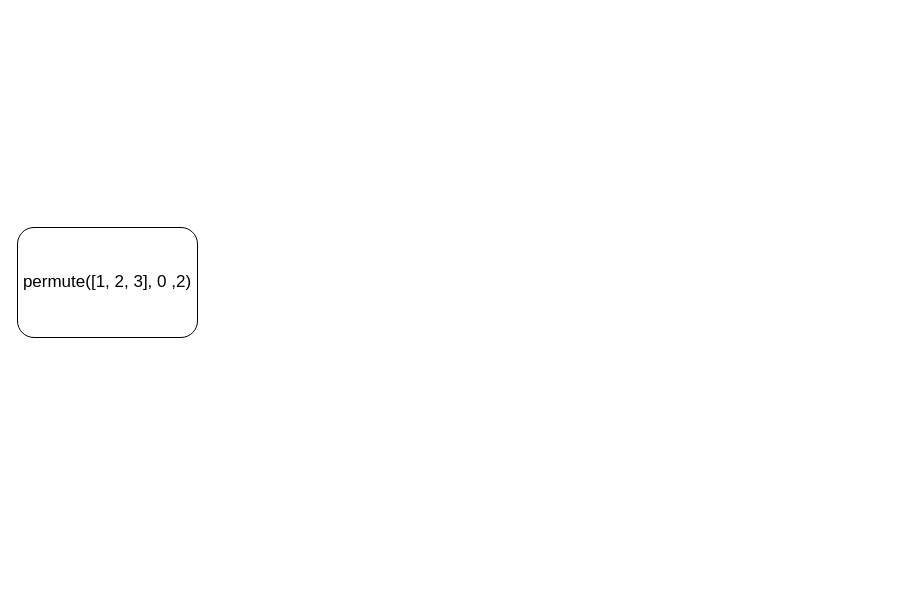
pasca15/Random keeps this draw.io diagram as Recursion.drawio. Above is the earlier version. Source tidied: cells renumbered, new cells numbered last; positions are measured from the earlier drawing's top-left corner, leaving out a move shared by most shapes. Both pictures are drawn from the tidied source at 100%, with x=0, y=0 at pixel (17, 227).
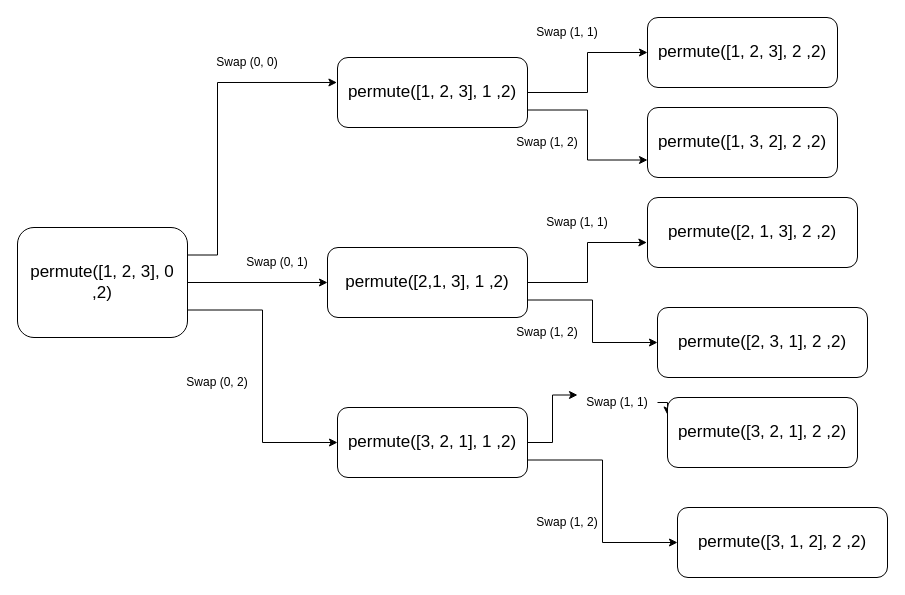
After the change.

What changed in the source:
```diff
@@
+    <mxCell id="3" style="edgeStyle=orthogonalEdgeStyle;rounded=0;jettySize=auto;html=1;exitX=1;exitY=0.5;exitDx=0;exitDy=0;entryX=0;entryY=0.5;entryDx=0;entryDy=0;" parent="1" edge="1" source="2" target="9">
+      <mxGeometry relative="1" as="geometry" />
+    </mxCell>
+    <mxCell id="4" style="edgeStyle=orthogonalEdgeStyle;rounded=0;jettySize=auto;html=1;exitX=1;exitY=0.75;exitDx=0;exitDy=0;entryX=0;entryY=0.5;entryDx=0;entryDy=0;" parent="1" edge="1" source="2" target="12">
+      <mxGeometry relative="1" as="geometry" />
+    </mxCell>
     <mxCell id="2" value="&lt;font style=&quot;font-size: 17px;&quot;&gt;permute([1, 2, 3], 0 ,2)&lt;/font&gt;" style="rounded=1;whiteSpace=wrap;html=1;" parent="1" vertex="1">
-      <mxGeometry width="180" height="110" as="geometry" />
+      <mxGeometry width="170" height="110" as="geometry" />
     </mxCell>
+    <mxCell id="5" style="edgeStyle=orthogonalEdgeStyle;rounded=0;jettySize=auto;html=1;exitX=1;exitY=0.5;exitDx=0;exitDy=0;entryX=0;entryY=0.5;entryDx=0;entryDy=0;fontSize=17;" parent="1" edge="1" source="7" target="13">
+      <mxGeometry relative="1" as="geometry" />
+    </mxCell>
+    <mxCell id="6" style="edgeStyle=orthogonalEdgeStyle;rounded=0;jettySize=auto;html=1;exitX=1;exitY=0.75;exitDx=0;exitDy=0;entryX=0;entryY=0.75;entryDx=0;entryDy=0;fontSize=17;" parent="1" edge="1" source="7" target="14">
+      <mxGeometry relative="1" as="geometry" />
+    </mxCell>
+    <mxCell id="7" value="permute([1, 2, 3], 1 ,2)" style="rounded=1;whiteSpace=wrap;html=1;fontSize=17;" parent="1" vertex="1">
+      <mxGeometry x="320" y="-170" width="190" height="70" as="geometry" />
+    </mxCell>
+    <mxCell id="8" style="edgeStyle=orthogonalEdgeStyle;rounded=0;jettySize=auto;html=1;exitX=1;exitY=0.75;exitDx=0;exitDy=0;entryX=0;entryY=0.5;entryDx=0;entryDy=0;fontSize=17;" parent="1" edge="1" source="9" target="16">
+      <mxGeometry relative="1" as="geometry" />
+    </mxCell>
+    <mxCell id="9" value="permute([2,1, 3], 1 ,2)" style="rounded=1;whiteSpace=wrap;html=1;fontSize=17;" parent="1" vertex="1">
+      <mxGeometry x="310" y="20" width="200" height="70" as="geometry" />
+    </mxCell>
+    <mxCell id="10" style="edgeStyle=orthogonalEdgeStyle;rounded=0;jettySize=auto;html=1;exitX=1;exitY=0.5;exitDx=0;exitDy=0;entryX=0;entryY=0.25;entryDx=0;entryDy=0;fontSize=17;" parent="1" edge="1" source="30" target="17">
+      <mxGeometry relative="1" as="geometry" />
+    </mxCell>
+    <mxCell id="11" style="edgeStyle=orthogonalEdgeStyle;rounded=0;jettySize=auto;html=1;exitX=1;exitY=0.75;exitDx=0;exitDy=0;entryX=0;entryY=0.5;entryDx=0;entryDy=0;fontSize=17;" parent="1" edge="1" source="12" target="18">
+      <mxGeometry relative="1" as="geometry" />
+    </mxCell>
+    <mxCell id="12" value="permute([3, 2, 1], 1 ,2)" style="rounded=1;whiteSpace=wrap;html=1;fontSize=17;" parent="1" vertex="1">
+      <mxGeometry x="320" y="180" width="190" height="70" as="geometry" />
+    </mxCell>
+    <mxCell id="13" value="permute([1, 2, 3], 2 ,2)" style="rounded=1;whiteSpace=wrap;html=1;fontSize=17;" parent="1" vertex="1">
+      <mxGeometry x="630" y="-210" width="190" height="70" as="geometry" />
+    </mxCell>
+    <mxCell id="14" value="permute([1, 3, 2], 2 ,2)" style="rounded=1;whiteSpace=wrap;html=1;fontSize=17;" parent="1" vertex="1">
+      <mxGeometry x="630" y="-120" width="190" height="70" as="geometry" />
+    </mxCell>
+    <mxCell id="15" value="permute([2, 1, 3], 2 ,2)" style="rounded=1;whiteSpace=wrap;html=1;fontSize=17;" parent="1" vertex="1">
+      <mxGeometry x="630" y="-30" width="210" height="70" as="geometry" />
+    </mxCell>
+    <mxCell id="16" value="permute([2, 3, 1], 2 ,2)" style="rounded=1;whiteSpace=wrap;html=1;fontSize=17;" parent="1" vertex="1">
+      <mxGeometry x="640" y="80" width="210" height="70" as="geometry" />
+    </mxCell>
+    <mxCell id="17" value="permute([3, 2, 1], 2 ,2)" style="rounded=1;whiteSpace=wrap;html=1;fontSize=17;" parent="1" vertex="1">
+      <mxGeometry x="650" y="170" width="190" height="70" as="geometry" />
+    </mxCell>
+    <mxCell id="18" value="permute([3, 1, 2], 2 ,2)" style="rounded=1;whiteSpace=wrap;html=1;fontSize=17;" parent="1" vertex="1">
+      <mxGeometry x="660" y="280" width="210" height="70" as="geometry" />
+    </mxCell>
+    <mxCell id="19" style="edgeStyle=orthogonalEdgeStyle;rounded=0;jettySize=auto;html=1;entryX=-0.003;entryY=0.357;entryDx=0;entryDy=0;entryPerimeter=0;exitX=1;exitY=0.25;exitDx=0;exitDy=0;" parent="1" edge="1" source="2" target="7">
+      <mxGeometry relative="1" as="geometry">
+        <Array as="points">
+          <mxPoint x="200" y="28" />
+          <mxPoint x="200" y="-145" />
+        </Array>
+      </mxGeometry>
+    </mxCell>
+    <mxCell id="20" style="edgeStyle=orthogonalEdgeStyle;rounded=0;jettySize=auto;html=1;exitX=1;exitY=0.5;exitDx=0;exitDy=0;entryX=-0.003;entryY=0.643;entryDx=0;entryDy=0;entryPerimeter=0;fontSize=17;" parent="1" edge="1" source="9" target="15">
+      <mxGeometry relative="1" as="geometry" />
+    </mxCell>
+    <mxCell id="21" value="Swap (0, 1)" style="text;strokeColor=none;align=center;fillColor=none;html=1;verticalAlign=middle;whiteSpace=wrap;rounded=0;" parent="1" vertex="1">
+      <mxGeometry x="220" y="20" width="80" height="30" as="geometry" />
+    </mxCell>
+    <mxCell id="22" value="Swap (1, 1)" style="text;strokeColor=none;align=center;fillColor=none;html=1;verticalAlign=middle;whiteSpace=wrap;rounded=0;" parent="1" vertex="1">
+      <mxGeometry x="520" y="-20" width="80" height="30" as="geometry" />
+    </mxCell>
+    <mxCell id="23" value="Swap (1, 2)" style="text;strokeColor=none;align=center;fillColor=none;html=1;verticalAlign=middle;whiteSpace=wrap;rounded=0;" parent="1" vertex="1">
+      <mxGeometry x="490" y="90" width="80" height="30" as="geometry" />
+    </mxCell>
+    <mxCell id="24" value="Swap (0, 2)" style="text;strokeColor=none;align=center;fillColor=none;html=1;verticalAlign=middle;whiteSpace=wrap;rounded=0;" parent="1" vertex="1">
+      <mxGeometry x="160" y="140" width="80" height="30" as="geometry" />
+    </mxCell>
+    <mxCell id="25" value="Swap (0, 0)" style="text;strokeColor=none;align=center;fillColor=none;html=1;verticalAlign=middle;whiteSpace=wrap;rounded=0;" parent="1" vertex="1">
+      <mxGeometry x="190" y="-180" width="80" height="30" as="geometry" />
+    </mxCell>
+    <mxCell id="26" value="Swap (1, 2)" style="text;strokeColor=none;align=center;fillColor=none;html=1;verticalAlign=middle;whiteSpace=wrap;rounded=0;" parent="1" vertex="1">
+      <mxGeometry x="510" y="280" width="80" height="30" as="geometry" />
+    </mxCell>
+    <mxCell id="27" value="Swap (1, 1)" style="text;strokeColor=none;align=center;fillColor=none;html=1;verticalAlign=middle;whiteSpace=wrap;rounded=0;" parent="1" vertex="1">
+      <mxGeometry x="510" y="-210" width="80" height="30" as="geometry" />
+    </mxCell>
+    <mxCell id="28" value="Swap (1, 2)" style="text;strokeColor=none;align=center;fillColor=none;html=1;verticalAlign=middle;whiteSpace=wrap;rounded=0;" parent="1" vertex="1">
+      <mxGeometry x="490" y="-100" width="80" height="30" as="geometry" />
+    </mxCell>
+    <mxCell id="29" style="edgeStyle=orthogonalEdgeStyle;rounded=0;jettySize=auto;html=1;exitX=1;exitY=0.5;exitDx=0;exitDy=0;entryX=0;entryY=0.25;entryDx=0;entryDy=0;fontSize=17;" parent="1" edge="1" source="12" target="30">
+      <mxGeometry relative="1" as="geometry" />
+    </mxCell>
+    <mxCell id="30" value="Swap (1, 1)" style="text;strokeColor=none;align=center;fillColor=none;html=1;verticalAlign=middle;whiteSpace=wrap;rounded=0;" parent="1" vertex="1">
+      <mxGeometry x="560" y="160" width="80" height="30" as="geometry" />
+    </mxCell>
```
